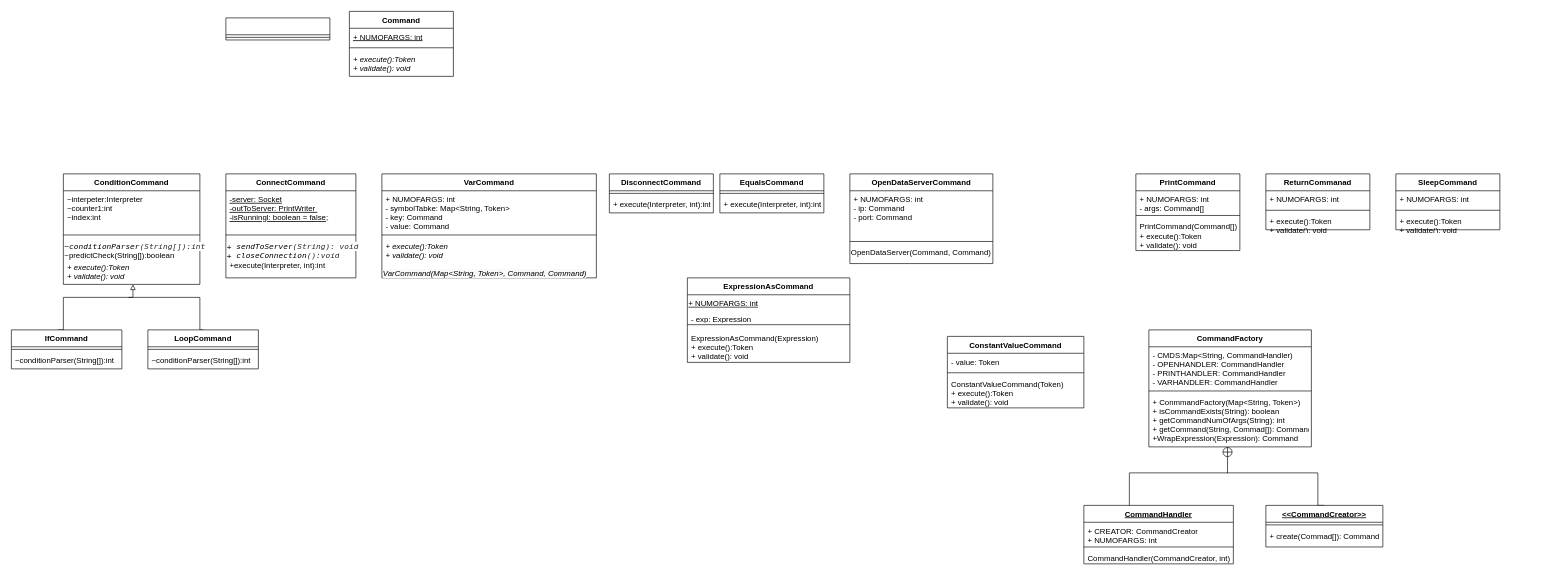
Earlier version of the draw.io diagram page "Controller" (4 of 6) of Class diagram/Backend class diagram2.drawio (Eisen125/Patam-2). Source tidied: cells renumbered, new cells numbered last; positions are measured from the earlier drawing's top-left corner, leaving out a move shared by most shapes. Both pictures are drawn from the tidied source at 65%, with x=0, y=0 at pixel (11, 11).
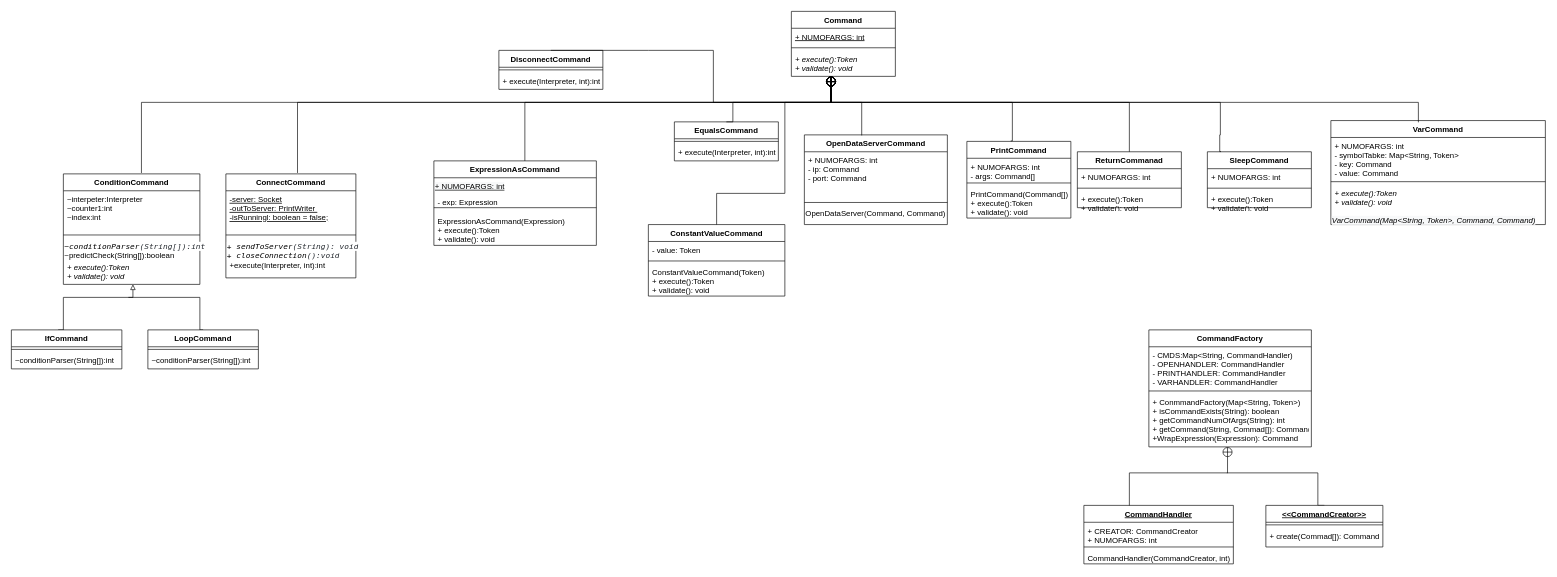
The same diagram, later.

The change refers to these unchanged cells:
```xml
<mxCell id="4" value="ConditionCommand " style="swimlane;fontStyle=1;align=center;verticalAlign=top;horizontal=1;startSize=26;" parent="1" vertex="1">
  <mxGeometry x="80" y="250" width="210" height="170" as="geometry" />
</mxCell>
<mxCell id="9" value="ConnectCommand" style="swimlane;fontStyle=1;align=center;verticalAlign=top;horizontal=1;startSize=26;" parent="1" vertex="1">
  <mxGeometry x="330" y="250" width="200" height="160" as="geometry" />
</mxCell>
```

Change to the diagram source:
```diff
@@
-    <mxCell id="2" style="swimlane;fontStyle=3;align=center;verticalAlign=top;horizontal=1;startSize=26;" parent="1" vertex="1">
-      <mxGeometry x="330" y="10" width="160" height="34" as="geometry" />
-    </mxCell>
-    <mxCell id="3" style="line;strokeWidth=1;fillColor=none;align=left;verticalAlign=middle;spacingTop=-1;spacingLeft=3;spacingRight=3;labelPosition=right;" parent="2" vertex="1">
-      <mxGeometry y="26" width="160" height="8" as="geometry" />
-    </mxCell>
@@
     <mxCell id="14" value="DisconnectCommand" style="swimlane;fontStyle=1;align=center;verticalAlign=top;horizontal=1;startSize=26;" parent="1" vertex="1">
-      <mxGeometry x="920" y="250" width="160" height="60" as="geometry" />
+      <mxGeometry x="750" y="60" width="160" height="60" as="geometry" />
     </mxCell>
@@
     <mxCell id="17" value="EqualsCommand" style="swimlane;fontStyle=1;align=center;verticalAlign=top;horizontal=1;startSize=26;" parent="1" vertex="1">
-      <mxGeometry x="1090" y="250" width="160" height="60" as="geometry" />
+      <mxGeometry x="1020" y="170" width="160" height="60" as="geometry" />
     </mxCell>
@@
     <mxCell id="28" value="OpenDataServerCommand" style="swimlane;fontStyle=1;align=center;verticalAlign=top;horizontal=1;startSize=26;" parent="1" vertex="1">
-      <mxGeometry x="1290" y="250" width="220" height="138" as="geometry" />
+      <mxGeometry x="1220" y="190" width="220" height="138" as="geometry" />
     </mxCell>
@@
     <mxCell id="32" value="PrintCommand" style="swimlane;fontStyle=1;align=center;verticalAlign=top;horizontal=1;startSize=26;" parent="1" vertex="1">
-      <mxGeometry x="1730" y="250" width="160" height="118" as="geometry" />
+      <mxGeometry x="1470" y="200" width="160" height="118" as="geometry" />
     </mxCell>
@@
     <mxCell id="36" value="ReturnCommanad" style="swimlane;fontStyle=1;align=center;verticalAlign=top;horizontal=1;startSize=26;" parent="1" vertex="1">
-      <mxGeometry x="1930" y="250" width="160" height="86" as="geometry" />
+      <mxGeometry x="1640" y="216" width="160" height="86" as="geometry" />
     </mxCell>
@@
     <mxCell id="40" value="SleepCommand" style="swimlane;fontStyle=1;align=center;verticalAlign=top;horizontal=1;startSize=26;" parent="1" vertex="1">
-      <mxGeometry x="2130" y="250" width="160" height="86" as="geometry" />
+      <mxGeometry x="1840" y="216" width="160" height="86" as="geometry" />
     </mxCell>
@@
     <mxCell id="44" value="Command" style="swimlane;fontStyle=1;align=center;verticalAlign=top;horizontal=1;startSize=26;" parent="1" vertex="1">
-      <mxGeometry x="520" width="160" height="100" as="geometry" />
+      <mxGeometry x="1200" width="160" height="100" as="geometry" />
     </mxCell>
@@
     <mxCell id="48" value="VarCommand" style="swimlane;fontStyle=1;align=center;verticalAlign=top;horizontal=1;startSize=26;" parent="1" vertex="1">
-      <mxGeometry x="570" y="250" width="330" height="160" as="geometry" />
+      <mxGeometry x="2030" y="168" width="330" height="160" as="geometry" />
     </mxCell>
@@
     <mxCell id="53" value="ExpressionAsCommand" style="swimlane;fontStyle=1;align=center;verticalAlign=top;horizontal=1;startSize=26;" parent="1" vertex="1">
-      <mxGeometry x="1040" y="410" width="250" height="130" as="geometry" />
+      <mxGeometry x="650" y="230" width="250" height="130" as="geometry" />
     </mxCell>
@@
     <mxCell id="58" value="ConstantValueCommand" style="swimlane;fontStyle=1;align=center;verticalAlign=top;horizontal=1;startSize=26;" parent="1" vertex="1">
-      <mxGeometry x="1440" y="500" width="210" height="110" as="geometry" />
+      <mxGeometry x="980" y="328" width="210" height="110" as="geometry" />
     </mxCell>
@@
+    <mxCell id="75" style="edgeStyle=orthogonalEdgeStyle;rounded=0;jettySize=auto;html=1;exitX=0.5;exitY=0;exitDx=0;exitDy=0;endArrow=circlePlus;endFill=0;entryX=0.524;entryY=1.046;entryDx=0;entryDy=0;entryPerimeter=0;" parent="1" edge="1" source="17">
+      <mxGeometry relative="1" as="geometry">
+        <mxPoint x="1261" y="100" as="targetPoint" />
+        <Array as="points">
+          <mxPoint x="1110" y="140" />
+          <mxPoint x="1261" y="140" />
+        </Array>
+      </mxGeometry>
+    </mxCell>
+    <mxCell id="76" style="edgeStyle=orthogonalEdgeStyle;rounded=0;jettySize=auto;html=1;exitX=0.401;exitY=0.006;exitDx=0;exitDy=0;endArrow=circlePlus;endFill=0;entryX=0.524;entryY=1.046;entryDx=0;entryDy=0;entryPerimeter=0;exitPerimeter=0;" parent="1" edge="1" source="28">
+      <mxGeometry relative="1" as="geometry">
+        <mxPoint x="1261" y="100" as="targetPoint" />
+        <Array as="points">
+          <mxPoint x="1308" y="140" />
+          <mxPoint x="1261" y="140" />
+        </Array>
+      </mxGeometry>
+    </mxCell>
+    <mxCell id="77" style="edgeStyle=orthogonalEdgeStyle;rounded=0;orthogonalLoop=1;jettySize=auto;html=1;exitX=0.422;exitY=-0.006;exitDx=0;exitDy=0;endArrow=circlePlus;endFill=0;entryX=0.524;entryY=1.046;entryDx=0;entryDy=0;entryPerimeter=0;exitPerimeter=0;" parent="1" edge="1">
+      <mxGeometry relative="1" as="geometry">
+        <mxPoint x="1537.5" y="199.3" as="sourcePoint" />
+        <mxPoint x="1261" y="100" as="targetPoint" />
+        <Array as="points">
+          <mxPoint x="1540" y="199" />
+          <mxPoint x="1540" y="140" />
+          <mxPoint x="1261" y="140" />
+        </Array>
+      </mxGeometry>
+    </mxCell>
+    <mxCell id="78" style="edgeStyle=orthogonalEdgeStyle;rounded=0;jettySize=auto;html=1;exitX=0.5;exitY=0;exitDx=0;exitDy=0;endArrow=circlePlus;endFill=0;entryX=0.524;entryY=1.046;entryDx=0;entryDy=0;entryPerimeter=0;" parent="1" edge="1" source="36">
+      <mxGeometry relative="1" as="geometry">
+        <mxPoint x="1261" y="100" as="targetPoint" />
+        <Array as="points">
+          <mxPoint x="1720" y="140" />
+          <mxPoint x="1261" y="140" />
+        </Array>
+      </mxGeometry>
+    </mxCell>
+    <mxCell id="79" style="edgeStyle=orthogonalEdgeStyle;rounded=0;jettySize=auto;html=1;exitX=0.131;exitY=-0.004;exitDx=0;exitDy=0;endArrow=circlePlus;endFill=0;entryX=0.524;entryY=1.046;entryDx=0;entryDy=0;entryPerimeter=0;exitPerimeter=0;" parent="1" edge="1" source="40">
+      <mxGeometry relative="1" as="geometry">
+        <mxPoint x="1261" y="100" as="targetPoint" />
+        <Array as="points">
+          <mxPoint x="1859" y="216" />
+          <mxPoint x="1859" y="190" />
+          <mxPoint x="1860" y="190" />
+          <mxPoint x="1860" y="140" />
+          <mxPoint x="1261" y="140" />
+        </Array>
+      </mxGeometry>
+    </mxCell>
+    <mxCell id="80" style="edgeStyle=orthogonalEdgeStyle;rounded=0;jettySize=auto;html=1;endArrow=circlePlus;endFill=0;entryX=0.524;entryY=1.046;entryDx=0;entryDy=0;entryPerimeter=0;exitX=0.5;exitY=0;exitDx=0;exitDy=0;" parent="1" edge="1" source="14">
+      <mxGeometry relative="1" as="geometry">
+        <mxPoint x="1261" y="100" as="targetPoint" />
+        <Array as="points">
+          <mxPoint x="980" y="60" />
+          <mxPoint x="1080" y="60" />
+          <mxPoint x="1080" y="140" />
+          <mxPoint x="1261" y="140" />
+        </Array>
+      </mxGeometry>
+    </mxCell>
+    <mxCell id="81" style="edgeStyle=orthogonalEdgeStyle;rounded=0;jettySize=auto;html=1;exitX=0.408;exitY=0.017;exitDx=0;exitDy=0;endArrow=circlePlus;endFill=0;entryX=0.524;entryY=1.046;entryDx=0;entryDy=0;entryPerimeter=0;exitPerimeter=0;" parent="1" edge="1" source="48">
+      <mxGeometry relative="1" as="geometry">
+        <mxPoint x="1261" y="100" as="targetPoint" />
+        <Array as="points">
+          <mxPoint x="2165" y="140" />
+          <mxPoint x="1261" y="140" />
+        </Array>
+      </mxGeometry>
+    </mxCell>
+    <mxCell id="82" style="edgeStyle=orthogonalEdgeStyle;rounded=0;jettySize=auto;html=1;endArrow=circlePlus;endFill=0;entryX=0.524;entryY=1.046;entryDx=0;entryDy=0;entryPerimeter=0;" parent="1" edge="1" source="53">
+      <mxGeometry relative="1" as="geometry">
+        <mxPoint x="1261" y="100" as="targetPoint" />
+        <Array as="points">
+          <mxPoint x="790" y="140" />
+          <mxPoint x="1261" y="140" />
+        </Array>
+      </mxGeometry>
+    </mxCell>
+    <mxCell id="83" style="edgeStyle=orthogonalEdgeStyle;rounded=0;jettySize=auto;html=1;exitX=0.5;exitY=0;exitDx=0;exitDy=0;endArrow=circlePlus;endFill=0;entryX=0.524;entryY=1.046;entryDx=0;entryDy=0;entryPerimeter=0;" parent="1" edge="1" source="58">
+      <mxGeometry relative="1" as="geometry">
+        <mxPoint x="1261" y="100" as="targetPoint" />
+        <Array as="points">
+          <mxPoint x="1085" y="280" />
+          <mxPoint x="1190" y="280" />
+          <mxPoint x="1190" y="140" />
+          <mxPoint x="1261" y="140" />
+        </Array>
+      </mxGeometry>
+    </mxCell>
+    <mxCell id="84" style="edgeStyle=orthogonalEdgeStyle;rounded=0;jettySize=auto;html=1;endArrow=circlePlus;endFill=0;entryX=0.524;entryY=1.046;entryDx=0;entryDy=0;entryPerimeter=0;exitX=0.551;exitY=-0.009;exitDx=0;exitDy=0;exitPerimeter=0;" parent="1" edge="1" source="9">
+      <mxGeometry relative="1" as="geometry">
+        <mxPoint x="1261" y="100" as="targetPoint" />
+        <Array as="points">
+          <mxPoint x="440" y="140" />
+          <mxPoint x="1261" y="140" />
+        </Array>
+      </mxGeometry>
+    </mxCell>
+    <mxCell id="85" style="edgeStyle=orthogonalEdgeStyle;rounded=0;jettySize=auto;html=1;endArrow=circlePlus;endFill=0;entryX=0.524;entryY=1.046;entryDx=0;entryDy=0;entryPerimeter=0;exitX=0.572;exitY=-0.008;exitDx=0;exitDy=0;exitPerimeter=0;" parent="1" edge="1" source="4">
+      <mxGeometry relative="1" as="geometry">
+        <mxPoint x="1261" y="100" as="targetPoint" />
+        <Array as="points">
+          <mxPoint x="200" y="140" />
+          <mxPoint x="1261" y="140" />
+        </Array>
+      </mxGeometry>
+    </mxCell>
```
